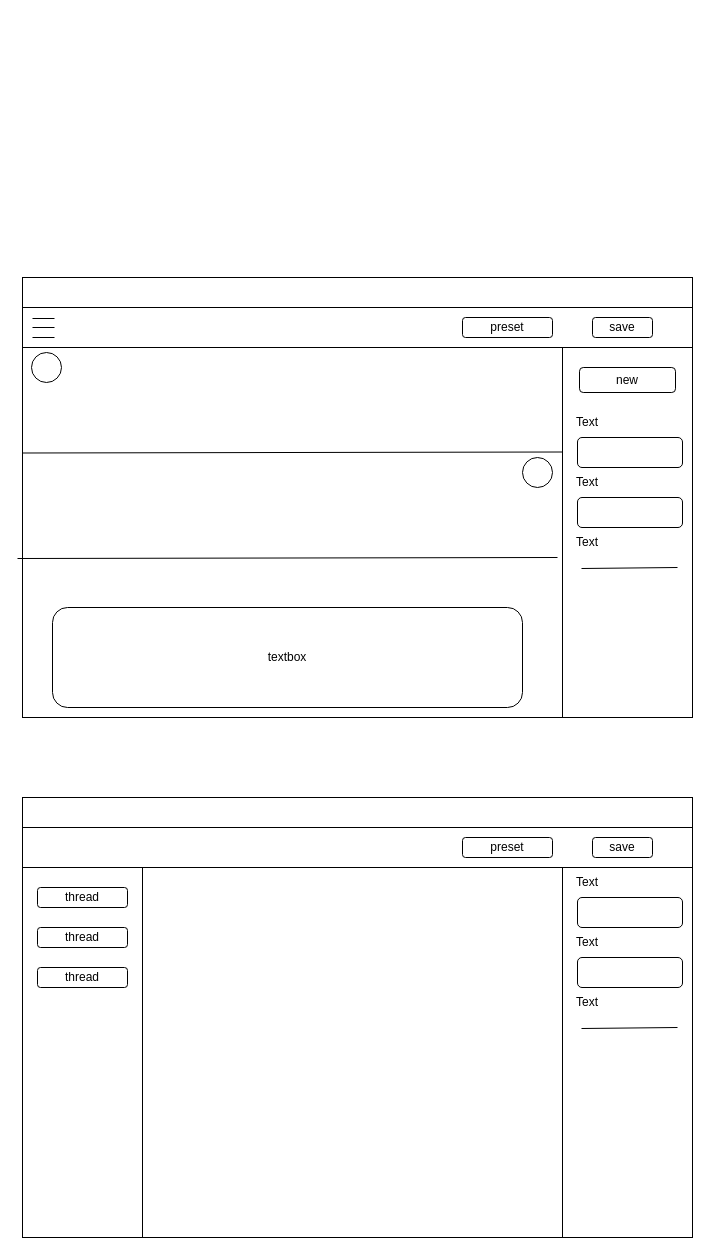
Above: docs/ui-v1.drawio in bamboo-house/BambooGPT (draw.io), before the change. Source tidied: cells renumbered, new cells numbered last; positions are measured from the earlier drawing's top-left corner, leaving out a move shared by most shapes. Both pictures are drawn from the tidied source at 100%, with x=0, y=0 at pixel (17, 277).
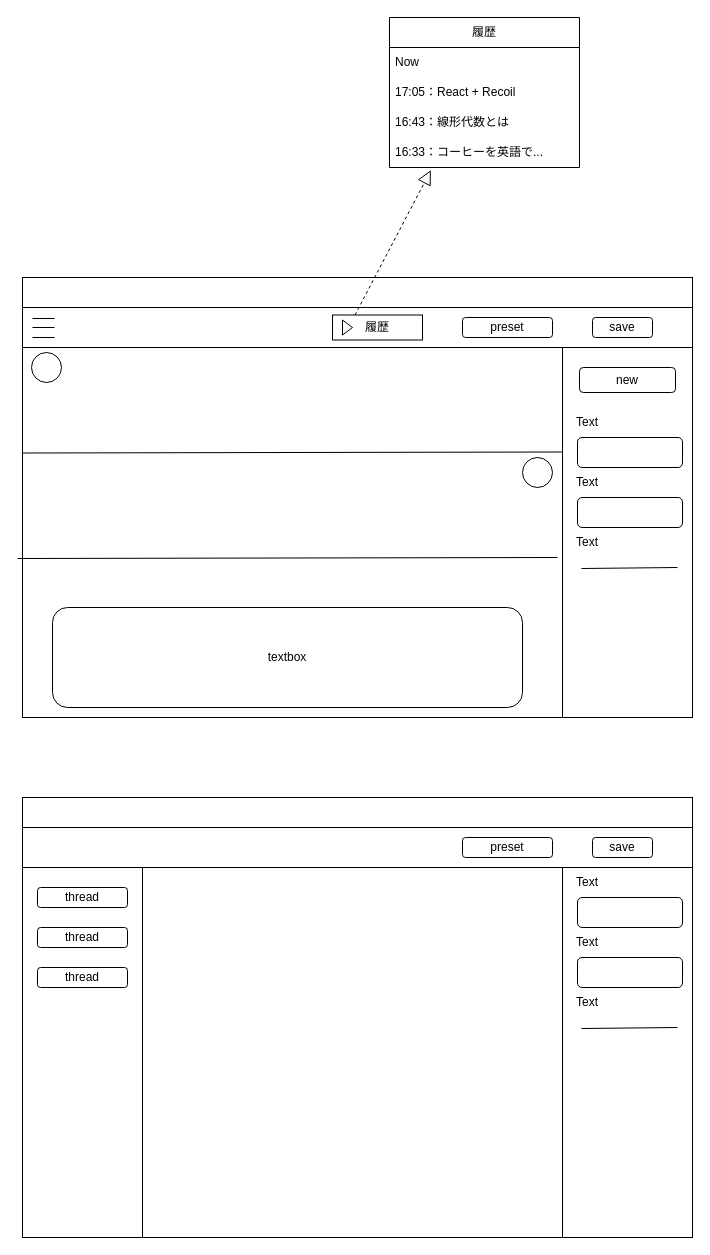
After the change.

Diff of the diagram source:
```diff
@@
+    <mxCell id="39" value="履歴" style="html=1;whiteSpace=wrap;" parent="1" vertex="1">
+      <mxGeometry x="315" y="37.5" width="90" height="25" as="geometry" />
+    </mxCell>
+    <mxCell id="40" style="triangle;html=1;whiteSpace=wrap;" parent="39" vertex="1">
+      <mxGeometry x="10" y="5" width="10" height="15" as="geometry" />
+    </mxCell>
+    <mxCell id="41" style="endArrow=block;dashed=1;endFill=0;endSize=12;html=1;entryX=0.218;entryY=1.089;entryDx=0;entryDy=0;exitX=0.25;exitY=0;exitDx=0;exitDy=0;entryPerimeter=0;" parent="1" edge="1" source="39" target="46">
+      <mxGeometry relative="1" as="geometry" />
+    </mxCell>
+    <mxCell id="42" value="履歴" style="swimlane;fontStyle=0;horizontal=1;startSize=30;whiteSpace=wrap;html=1;" parent="1" vertex="1">
+      <mxGeometry x="372" y="-260" width="190" height="150" as="geometry" />
+    </mxCell>
+    <mxCell id="43" value="Now" style="text;strokeColor=none;fillColor=none;align=left;verticalAlign=middle;spacingLeft=4;spacingRight=4;overflow=hidden;whiteSpace=wrap;html=1;" parent="42" vertex="1">
+      <mxGeometry y="30" width="190" height="30" as="geometry" />
+    </mxCell>
+    <mxCell id="44" value="17:05：React + Recoil" style="text;strokeColor=none;fillColor=none;align=left;verticalAlign=middle;spacingLeft=4;spacingRight=4;overflow=hidden;whiteSpace=wrap;html=1;" parent="42" vertex="1">
+      <mxGeometry y="60" width="190" height="30" as="geometry" />
+    </mxCell>
+    <mxCell id="45" value="16:43：線形代数とは" style="text;strokeColor=none;fillColor=none;align=left;verticalAlign=middle;spacingLeft=4;spacingRight=4;overflow=hidden;whiteSpace=wrap;html=1;" parent="42" vertex="1">
+      <mxGeometry y="90" width="190" height="30" as="geometry" />
+    </mxCell>
+    <mxCell id="46" value="16:33：コーヒーを英語で..." style="text;strokeColor=none;fillColor=none;align=left;verticalAlign=middle;spacingLeft=4;spacingRight=4;overflow=hidden;points=[[0,0.5],[1,0.5]];portConstraint=eastwest;whiteSpace=wrap;html=1;" parent="42" vertex="1">
+      <mxGeometry y="120" width="190" height="30" as="geometry" />
+    </mxCell>
```
